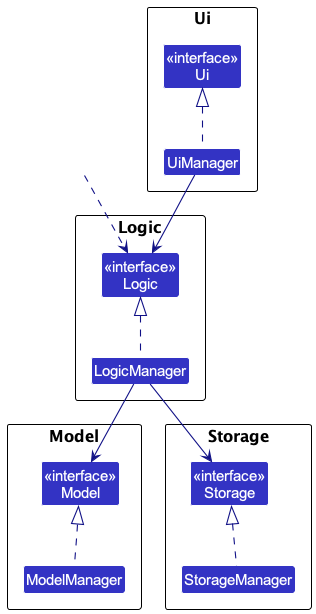
This is docs/images/ComponentManagers.png from AY2324S2-CS2103T-T17-4/tp, a PlantUML export, as it was before one commit. Its source is kept beside it as docs/diagrams/ComponentManagers.puml. Its diagram source:
```plantuml
@startuml
!include style.puml
skinparam arrowThickness 1.1
skinparam arrowColor LOGIC_COLOR_T4
skinparam classBackgroundColor LOGIC_COLOR

package Ui as UiPackage {
Class "<<interface>>\nUi" as Ui
Class UiManager
}

package Logic as LogicPackage {
Class "<<interface>>\nLogic" as Logic
Class LogicManager
}

package Model as ModelPackage {
Class "<<interface>>\nModel" as Model
Class ModelManager
}

package Storage as StoragePackage {
Class "<<interface>>\nStorage" as Storage
Class StorageManager
}

Class HiddenOutside #FFFFFF
HiddenOutside ..> Logic

LogicManager .up.|> Logic
ModelManager .up.|> Model
StorageManager .up.|> Storage
UiManager .up.|> Ui

LogicManager --> Model
LogicManager --> Storage
UiManager --> Logic
@enduml
```
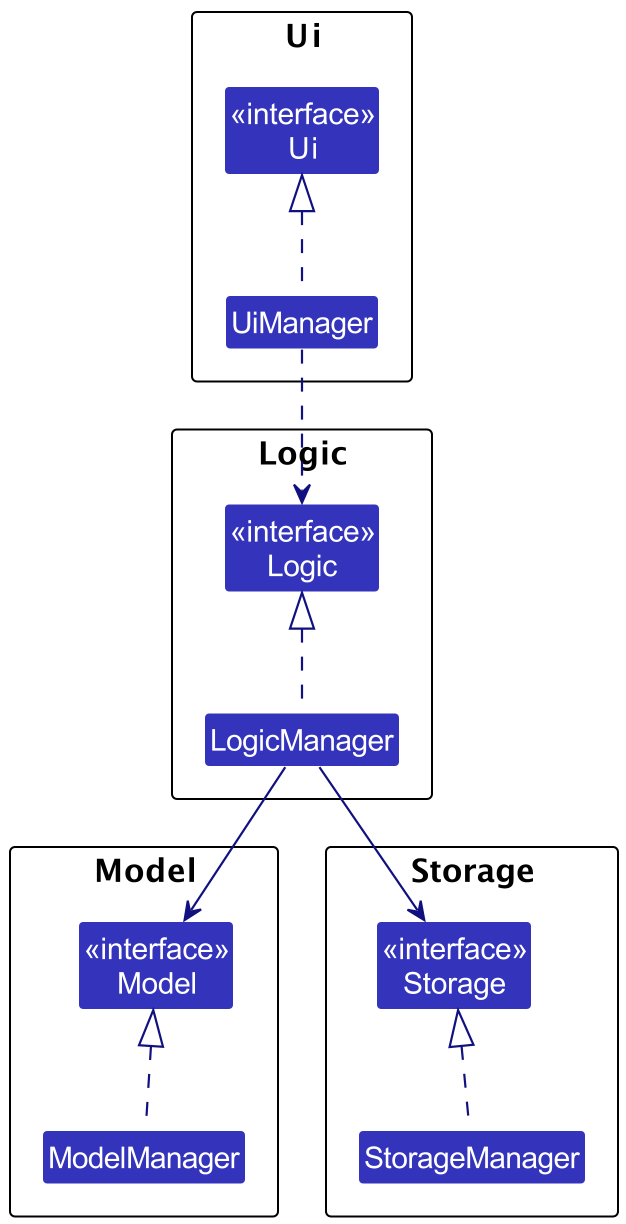
After the change.

Diff of the diagram source:
```diff
@@ -24,9 +24,6 @@
 Class StorageManager
 }
 
-Class HiddenOutside #FFFFFF
-HiddenOutside ..> Logic
-
 LogicManager .up.|> Logic
 ModelManager .up.|> Model
 StorageManager .up.|> Storage
@@ -34,5 +31,5 @@
 
 LogicManager --> Model
 LogicManager --> Storage
-UiManager --> Logic
+UiManager ..> Logic
 @enduml
```
